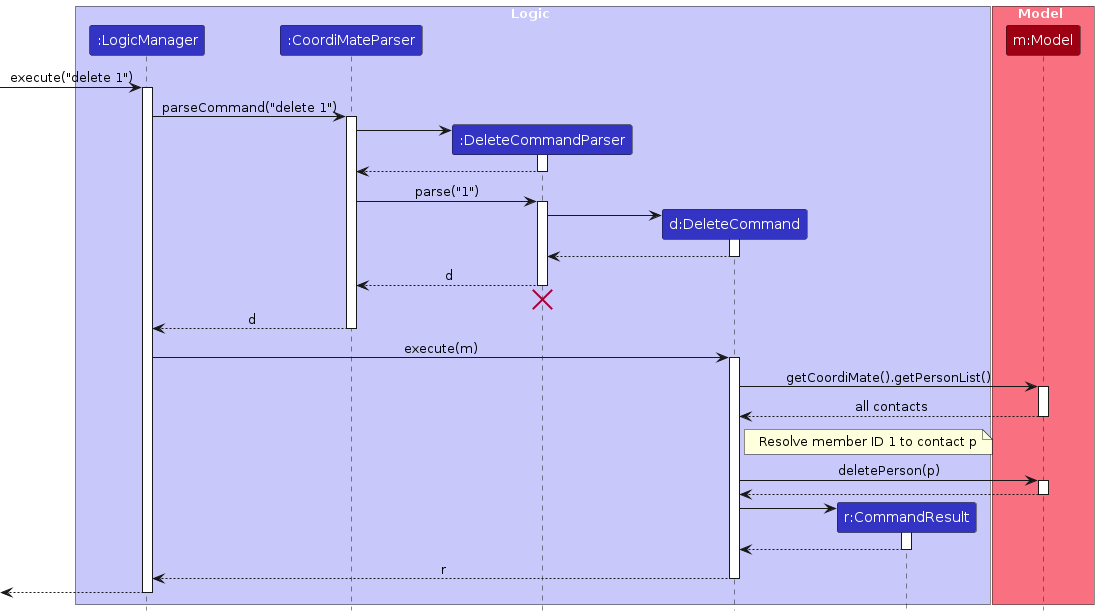
Above: diagrams/DeleteSequenceDiagram.png in AY2627S1-CS2103T-W12-3/tp (PlantUML), before the change. Its source is kept beside it as diagrams/DeleteSequenceDiagram.puml.
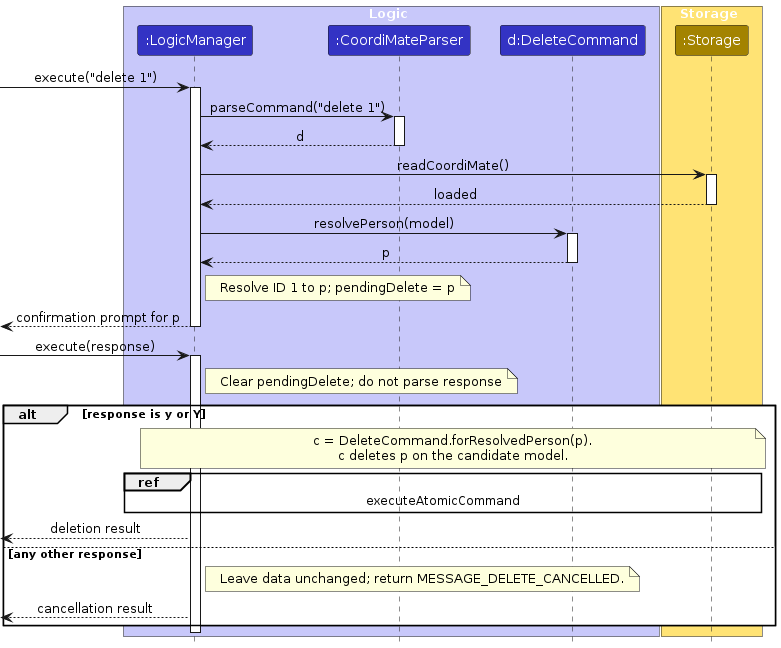
The same diagram one commit later.

What changed in the source:
```diff
@@ -5,13 +5,11 @@
 box Logic LOGIC_COLOR_T1
 participant ":LogicManager" as LogicManager LOGIC_COLOR
 participant ":CoordiMateParser" as CoordiMateParser LOGIC_COLOR
-participant ":DeleteCommandParser" as DeleteCommandParser LOGIC_COLOR
 participant "d:DeleteCommand" as DeleteCommand LOGIC_COLOR
-participant "r:CommandResult" as CommandResult LOGIC_COLOR
 end box
 
-box Model MODEL_COLOR_T1
-participant "m:Model" as Model MODEL_COLOR
+box Storage STORAGE_COLOR_T1
+participant ":Storage" as Storage STORAGE_COLOR
 end box
 
 [-> LogicManager : execute("delete 1")
@@ -19,59 +17,40 @@
 
 LogicManager -> CoordiMateParser : parseCommand("delete 1")
 activate CoordiMateParser
-
-create DeleteCommandParser
-CoordiMateParser -> DeleteCommandParser
-activate DeleteCommandParser
-
-DeleteCommandParser --> CoordiMateParser
-deactivate DeleteCommandParser
-
-CoordiMateParser -> DeleteCommandParser : parse("1")
-activate DeleteCommandParser
-
-create DeleteCommand
-DeleteCommandParser -> DeleteCommand
-activate DeleteCommand
-
-DeleteCommand --> DeleteCommandParser :
-deactivate DeleteCommand
-
-DeleteCommandParser --> CoordiMateParser : d
-deactivate DeleteCommandParser
-DeleteCommandParser -[hidden]-> CoordiMateParser
-destroy DeleteCommandParser
-
 CoordiMateParser --> LogicManager : d
 deactivate CoordiMateParser
 
-LogicManager -> DeleteCommand : execute(m)
+LogicManager -> Storage : readCoordiMate()
+activate Storage
+Storage --> LogicManager : loaded
+deactivate Storage
+
+LogicManager -> DeleteCommand : resolvePerson(model)
 activate DeleteCommand
+DeleteCommand --> LogicManager : p
+deactivate DeleteCommand
+note right of LogicManager : Resolve ID 1 to p; pendingDelete = p
+[<-- LogicManager : confirmation prompt for p
+deactivate LogicManager
 
-DeleteCommand -> Model : getCoordiMate().getPersonList()
-activate Model
+[-> LogicManager : execute(response)
+activate LogicManager
+note right of LogicManager : Clear pendingDelete; do not parse response
+alt response is y or Y
+note over LogicManager, Storage
+  c = DeleteCommand.forResolvedPerson(p).
+  c deletes p on the candidate model.
+end note
+ref over LogicManager, Storage
+  executeAtomicCommand
+end ref
 
-Model --> DeleteCommand : all contacts
-deactivate Model
-
-note right of DeleteCommand : Resolve member ID 1 to contact p
-
-DeleteCommand -> Model : deletePerson(p)
-activate Model
-
-Model --> DeleteCommand
-deactivate Model
-
-create CommandResult
-DeleteCommand -> CommandResult
-activate CommandResult
-
-CommandResult --> DeleteCommand
-deactivate CommandResult
-
-DeleteCommand --> LogicManager : r
-deactivate DeleteCommand
-
-[<--LogicManager
+[<-- LogicManager : deletion result
+else any other response
+note right of LogicManager
+  Leave data unchanged; return MESSAGE_DELETE_CANCELLED.
+end note
+[<-- LogicManager : cancellation result
+end
 deactivate LogicManager
 @enduml
```
